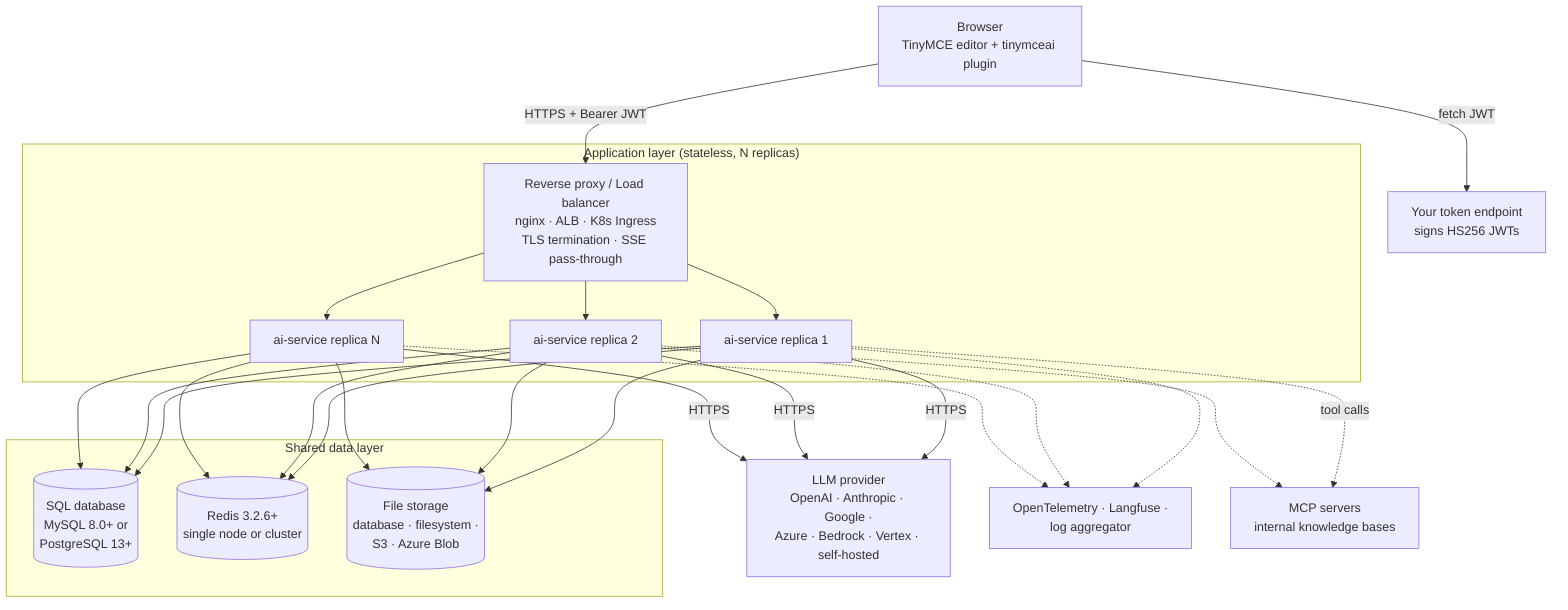
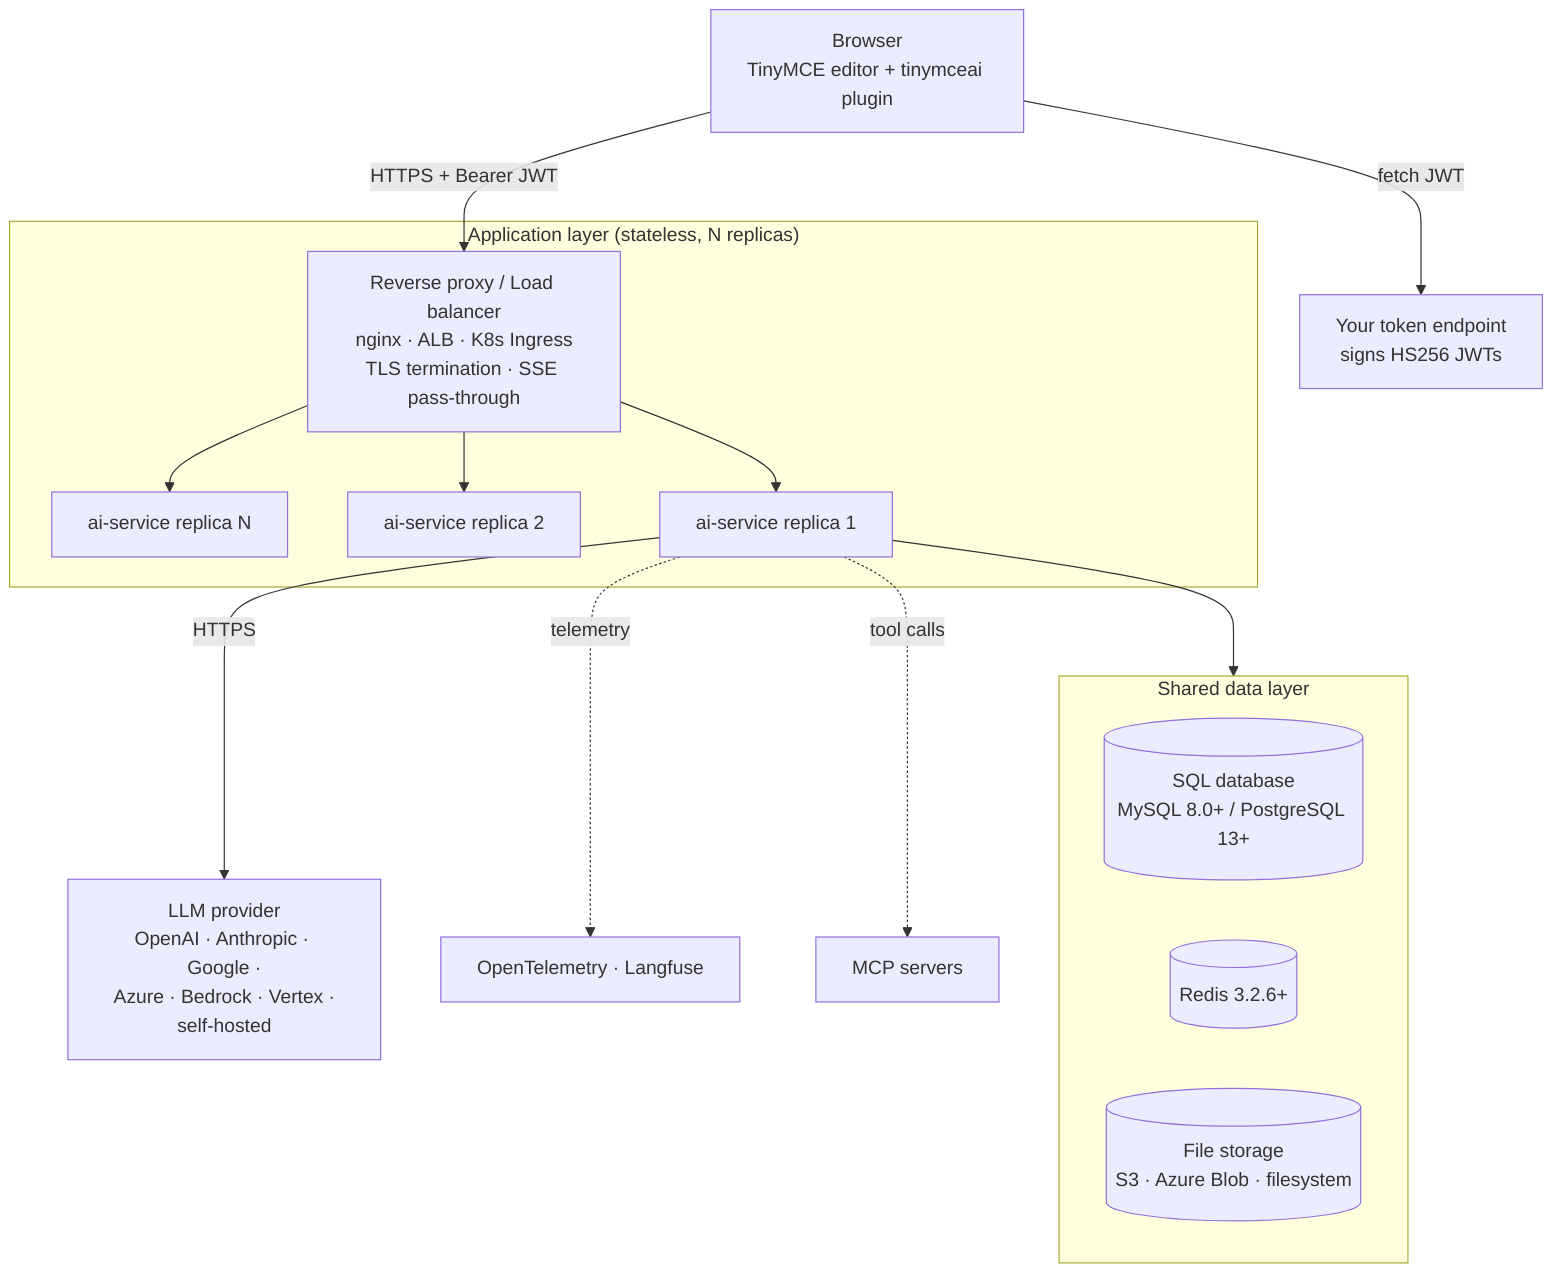
flowchart TB
    Browser["Browser<br>TinyMCE editor + tinymceai plugin"]
    TokenEP["Your token endpoint<br>signs HS256 JWTs"]
    Browser -->|"fetch JWT"| TokenEP
    Browser -->|"HTTPS + Bearer JWT"| LB

    subgraph App["Application layer (stateless, N replicas)"]
        LB["Reverse proxy / Load balancer<br>nginx · ALB · K8s Ingress<br>TLS termination · SSE pass-through"]
+         AIN["ai-service replica N"]
+         AI2["ai-service replica 2"]
        AI1["ai-service replica 1"]
-         AI2["ai-service replica 2"]
-         AIN["ai-service replica N"]
+         LB --> AIN
+         LB --> AI2
        LB --> AI1
-         LB --> AI2
-         LB --> AIN
    end

    subgraph Data["Shared data layer"]
-         DB[("SQL database<br>MySQL 8.0+ or<br>PostgreSQL 13+")]
-         Cache[("Redis 3.2.6+<br>single node or cluster")]
-         Storage[("File storage<br>database · filesystem ·<br>S3 · Azure Blob")]
+         DB[("SQL database<br>MySQL 8.0+ / PostgreSQL 13+")]
+         Cache[("Redis 3.2.6+")]
+         Storage[("File storage<br>S3 · Azure Blob · filesystem")]
    end

-     AI1 --> DB
-     AI1 --> Cache
-     AI1 --> Storage
-     AI2 --> DB
-     AI2 --> Cache
-     AI2 --> Storage
-     AIN --> DB
-     AIN --> Cache
-     AIN --> Storage
+     AI1 --> Data

-     AI1 -->|HTTPS| LLM["LLM provider<br>OpenAI · Anthropic · Google ·<br>Azure · Bedrock · Vertex · self-hosted"]
-     AI2 -->|HTTPS| LLM
-     AIN -->|HTTPS| LLM
+     AI1 -->|"HTTPS"| LLM["LLM provider<br>OpenAI · Anthropic · Google ·<br>Azure · Bedrock · Vertex ·<br>self-hosted"]

-     AI1 -.-> Obs["OpenTelemetry · Langfuse ·<br>log aggregator"]
-     AI2 -.-> Obs
-     AIN -.-> Obs
- 
-     AI1 -.->|tool calls| MCP["MCP servers<br>internal knowledge bases"]
-     AI2 -.-> MCP
+     AI1 -.->|"telemetry"| Obs["OpenTelemetry · Langfuse"]
+     AI1 -.->|"tool calls"| MCP["MCP servers"]
